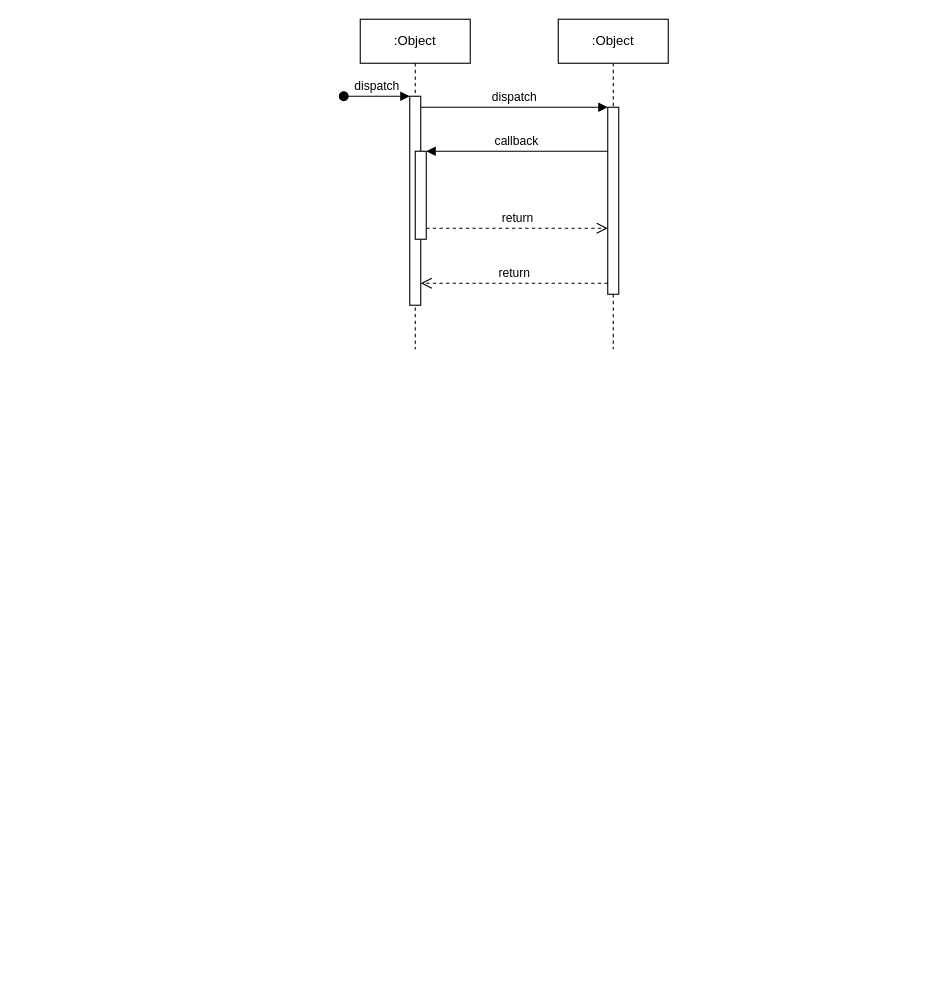
The draw.io diagram sequence.drawio in tetsuri2000/sequence-diagram-temp, before the edit. Source tidied: cells renumbered, new cells numbered last; positions are measured from the earlier drawing's top-left corner, leaving out a move shared by most shapes. Both pictures are drawn from the tidied source at 110%, with x=0, y=0 at pixel (343, 19).
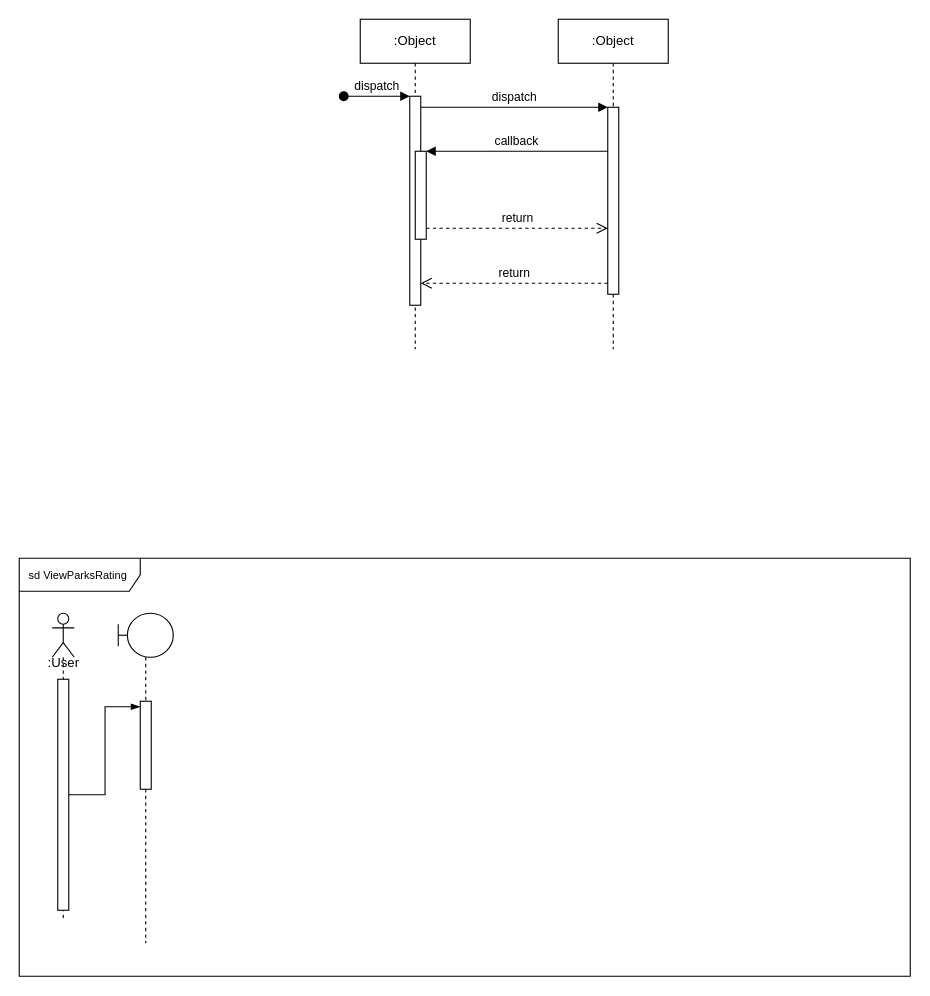
The same diagram, later.

The edit, as a diff of the source:
```diff
@@
+    <mxCell id="12" value="&lt;font style=&quot;font-size: 10px;&quot;&gt;sd ViewParksRating&amp;nbsp;&lt;/font&gt;" style="shape=umlFrame;whiteSpace=wrap;html=1;width=110;height=30;" parent="1" vertex="1">
+      <mxGeometry x="-295" y="490" width="810" height="380" as="geometry" />
+    </mxCell>
+    <mxCell id="13" style="shape=umlLifeline;perimeter=lifelinePerimeter;whiteSpace=wrap;html=1;newEdgeStyle={&quot;curved&quot;:0,&quot;rounded&quot;:0};participant=umlActor;" parent="1" vertex="1">
+      <mxGeometry x="-265" y="540" width="20" height="280" as="geometry" />
+    </mxCell>
+    <mxCell id="14" style="html=1;points=[[0,0,0,0,5],[0,1,0,0,-5],[1,0,0,0,5],[1,1,0,0,-5]];perimeter=orthogonalPerimeter;outlineConnect=0;targetShapes=umlLifeline;portConstraint=eastwest;newEdgeStyle={&quot;curved&quot;:0,&quot;rounded&quot;:0};" parent="13" vertex="1">
+      <mxGeometry x="5" y="60" width="10" height="210" as="geometry" />
+    </mxCell>
+    <mxCell id="15" style="shape=umlLifeline;perimeter=lifelinePerimeter;whiteSpace=wrap;html=1;newEdgeStyle={&quot;curved&quot;:0,&quot;rounded&quot;:0};participant=umlBoundary;" parent="1" vertex="1">
+      <mxGeometry x="-205" y="540" width="50" height="300" as="geometry" />
+    </mxCell>
+    <mxCell id="16" style="html=1;points=[[0,0,0,0,5],[0,1,0,0,-5],[1,0,0,0,5],[1,1,0,0,-5]];perimeter=orthogonalPerimeter;outlineConnect=0;targetShapes=umlLifeline;portConstraint=eastwest;newEdgeStyle={&quot;curved&quot;:0,&quot;rounded&quot;:0};" parent="15" vertex="1">
+      <mxGeometry x="20" y="80" width="10" height="80" as="geometry" />
+    </mxCell>
+    <mxCell id="17" value=":User" style="text;html=1;align=center;verticalAlign=middle;strokeColor=none;fillColor=none;fontSize=12;" parent="1" vertex="1">
+      <mxGeometry x="-280" y="570" width="50" height="30" as="geometry" />
+    </mxCell>
+    <mxCell id="18" style="edgeStyle=elbowEdgeStyle;fontSize=12;html=1;endArrow=blockThin;endFill=1;rounded=0;entryX=0;entryY=0;entryDx=0;entryDy=5;entryPerimeter=0;" parent="1" edge="1" source="14" target="16">
+      <mxGeometry relative="1" as="geometry" />
+    </mxCell>
```
